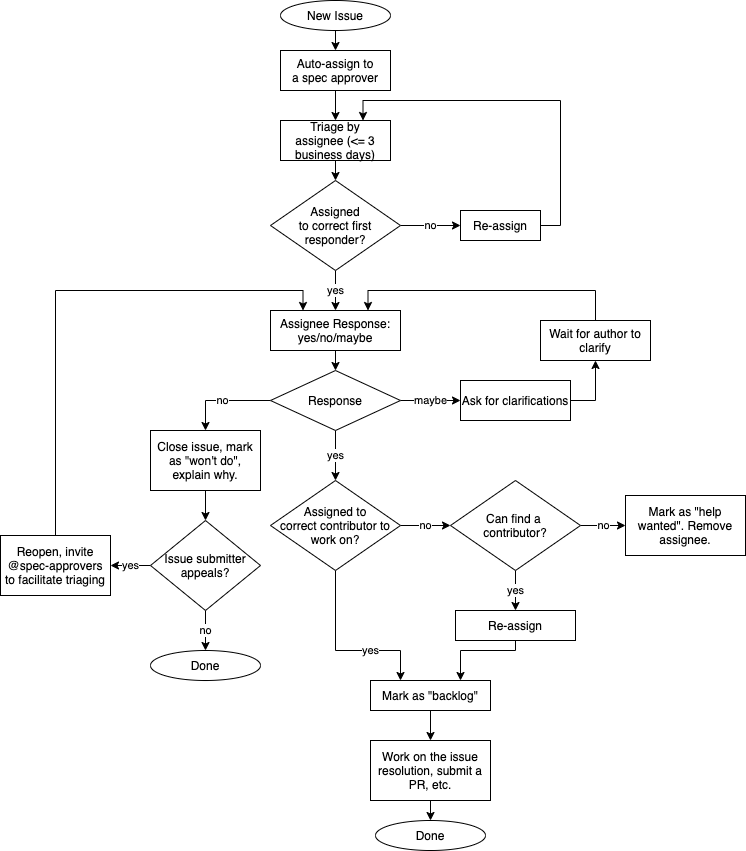
This is img/issue-triage-workflow.png from open-telemetry/opentelemetry-specification, a draw.io export, as it was before one commit. Source tidied: cells renumbered, new cells last; positions are measured from the earlier drawing's top-left corner, leaving out a move shared by most shapes. Its diagram source:
```xml
<mxGraphModel>
  <root>
    <mxCell id="0" />
    <mxCell id="1" parent="0" />
    <mxCell id="2" style="edgeStyle=orthogonalEdgeStyle;rounded=0;jettySize=auto;html=1;exitX=0.5;exitY=1;exitDx=0;exitDy=0;entryX=0.5;entryY=0;entryDx=0;entryDy=0;" parent="1" edge="1" source="37" target="4">
      <mxGeometry relative="1" as="geometry" />
    </mxCell>
    <mxCell id="3" style="edgeStyle=orthogonalEdgeStyle;rounded=0;jettySize=auto;html=1;exitX=0.5;exitY=1;exitDx=0;exitDy=0;entryX=0.5;entryY=0;entryDx=0;entryDy=0;" parent="1" edge="1" source="4" target="11">
      <mxGeometry relative="1" as="geometry" />
    </mxCell>
    <mxCell id="4" value="Auto-assign to&lt;br&gt;a spec approver" style="rounded=0;whiteSpace=wrap;html=1;" parent="1" vertex="1">
      <mxGeometry x="280" y="50" width="110" height="40" as="geometry" />
    </mxCell>
    <mxCell id="5" value="no" style="edgeStyle=orthogonalEdgeStyle;rounded=0;jettySize=auto;html=1;exitX=1;exitY=0.5;exitDx=0;exitDy=0;entryX=0;entryY=0.5;entryDx=0;entryDy=0;" parent="1" edge="1" source="7" target="9">
      <mxGeometry relative="1" as="geometry" />
    </mxCell>
    <mxCell id="6" value="yes" style="edgeStyle=orthogonalEdgeStyle;rounded=0;jettySize=auto;html=1;exitX=0.5;exitY=1;exitDx=0;exitDy=0;entryX=0.5;entryY=0;entryDx=0;entryDy=0;" parent="1" edge="1" source="7" target="13">
      <mxGeometry relative="1" as="geometry" />
    </mxCell>
    <mxCell id="7" value="Assigned&lt;br&gt;to correct first responder?" style="rhombus;whiteSpace=wrap;html=1;" parent="1" vertex="1">
      <mxGeometry x="270" y="180" width="130" height="90" as="geometry" />
    </mxCell>
    <mxCell id="8" style="edgeStyle=orthogonalEdgeStyle;rounded=0;jettySize=auto;html=1;exitX=1;exitY=0.5;exitDx=0;exitDy=0;entryX=0.75;entryY=0;entryDx=0;entryDy=0;" parent="1" edge="1" source="9" target="11">
      <mxGeometry relative="1" as="geometry" />
    </mxCell>
    <mxCell id="9" value="Re-assign" style="rounded=0;whiteSpace=wrap;html=1;" parent="1" vertex="1">
      <mxGeometry x="460" y="210" width="80" height="30" as="geometry" />
    </mxCell>
    <mxCell id="10" style="edgeStyle=orthogonalEdgeStyle;rounded=0;jettySize=auto;html=1;exitX=0.5;exitY=1;exitDx=0;exitDy=0;entryX=0.5;entryY=0;entryDx=0;entryDy=0;" parent="1" edge="1" source="11" target="7">
      <mxGeometry relative="1" as="geometry" />
    </mxCell>
    <mxCell id="11" value="Triage by&lt;br&gt;assignee (&amp;lt;= 3 business days)" style="rounded=0;whiteSpace=wrap;html=1;" parent="1" vertex="1">
      <mxGeometry x="280" y="120" width="110" height="40" as="geometry" />
    </mxCell>
    <mxCell id="12" style="edgeStyle=orthogonalEdgeStyle;rounded=0;jettySize=auto;html=1;exitX=0.5;exitY=1;exitDx=0;exitDy=0;entryX=0.5;entryY=0;entryDx=0;entryDy=0;" parent="1" edge="1" source="13" target="28">
      <mxGeometry relative="1" as="geometry" />
    </mxCell>
    <mxCell id="13" value="Assignee Response: yes/no/maybe" style="rounded=0;whiteSpace=wrap;html=1;" parent="1" vertex="1">
      <mxGeometry x="270" y="310" width="130" height="40" as="geometry" />
    </mxCell>
    <mxCell id="14" value="no" style="edgeStyle=orthogonalEdgeStyle;rounded=0;jettySize=auto;html=1;exitX=1;exitY=0.5;exitDx=0;exitDy=0;entryX=0;entryY=0.5;entryDx=0;entryDy=0;" parent="1" edge="1" source="16">
      <mxGeometry relative="1" as="geometry">
        <mxPoint x="450" y="525" as="targetPoint" />
      </mxGeometry>
    </mxCell>
    <mxCell id="15" value="yes" style="edgeStyle=orthogonalEdgeStyle;rounded=0;jettySize=auto;html=1;exitX=0.5;exitY=1;exitDx=0;exitDy=0;entryX=0.25;entryY=0;entryDx=0;entryDy=0;" parent="1" edge="1" source="16" target="42">
      <mxGeometry x="0.31" relative="1" as="geometry">
        <Array as="points">
          <mxPoint x="335" y="650" />
          <mxPoint x="400" y="650" />
        </Array>
      </mxGeometry>
    </mxCell>
    <mxCell id="16" value="Assigned to&lt;br&gt;correct contributor to work on?" style="rhombus;whiteSpace=wrap;html=1;" parent="1" vertex="1">
      <mxGeometry x="270" y="480" width="130" height="90" as="geometry" />
    </mxCell>
    <mxCell id="17" value="no" style="edgeStyle=orthogonalEdgeStyle;rounded=0;jettySize=auto;html=1;exitX=1;exitY=0.5;exitDx=0;exitDy=0;entryX=0;entryY=0.5;entryDx=0;entryDy=0;" parent="1" edge="1" source="19" target="20">
      <mxGeometry relative="1" as="geometry" />
    </mxCell>
    <mxCell id="18" value="yes" style="edgeStyle=orthogonalEdgeStyle;rounded=0;jettySize=auto;html=1;exitX=0.5;exitY=1;exitDx=0;exitDy=0;entryX=0.5;entryY=0;entryDx=0;entryDy=0;" parent="1" edge="1" source="19" target="22">
      <mxGeometry relative="1" as="geometry" />
    </mxCell>
    <mxCell id="19" value="Can find a &lt;br&gt;contributor?" style="rhombus;whiteSpace=wrap;html=1;" parent="1" vertex="1">
      <mxGeometry x="450" y="480" width="130" height="90" as="geometry" />
    </mxCell>
    <mxCell id="20" value="Mark as &quot;help wanted&quot;. Remove assignee." style="rounded=0;whiteSpace=wrap;html=1;" parent="1" vertex="1">
      <mxGeometry x="625" y="495" width="120" height="60" as="geometry" />
    </mxCell>
    <mxCell id="21" style="edgeStyle=orthogonalEdgeStyle;rounded=0;jettySize=auto;html=1;exitX=0.5;exitY=1;exitDx=0;exitDy=0;entryX=0.75;entryY=0;entryDx=0;entryDy=0;" parent="1" edge="1" source="22" target="42">
      <mxGeometry relative="1" as="geometry">
        <Array as="points">
          <mxPoint x="515" y="650" />
          <mxPoint x="460" y="650" />
        </Array>
      </mxGeometry>
    </mxCell>
    <mxCell id="22" value="Re-assign" style="rounded=0;whiteSpace=wrap;html=1;" parent="1" vertex="1">
      <mxGeometry x="455" y="610" width="120" height="30" as="geometry" />
    </mxCell>
    <mxCell id="23" style="edgeStyle=orthogonalEdgeStyle;rounded=0;jettySize=auto;html=1;exitX=0.5;exitY=1;exitDx=0;exitDy=0;entryX=0.5;entryY=0;entryDx=0;entryDy=0;" parent="1" edge="1" source="24" target="43">
      <mxGeometry relative="1" as="geometry" />
    </mxCell>
    <mxCell id="24" value="Work on the issue resolution, submit a PR, etc." style="rounded=0;whiteSpace=wrap;html=1;" parent="1" vertex="1">
      <mxGeometry x="370" y="740" width="120" height="60" as="geometry" />
    </mxCell>
    <mxCell id="25" value="yes" style="edgeStyle=orthogonalEdgeStyle;rounded=0;jettySize=auto;html=1;exitX=0.5;exitY=1;exitDx=0;exitDy=0;entryX=0.5;entryY=0;entryDx=0;entryDy=0;" parent="1" edge="1" source="28" target="16">
      <mxGeometry relative="1" as="geometry" />
    </mxCell>
    <mxCell id="26" value="maybe" style="edgeStyle=orthogonalEdgeStyle;rounded=0;jettySize=auto;html=1;exitX=1;exitY=0.5;exitDx=0;exitDy=0;entryX=0;entryY=0.5;entryDx=0;entryDy=0;" parent="1" edge="1" source="28" target="31">
      <mxGeometry relative="1" as="geometry" />
    </mxCell>
    <mxCell id="27" value="no" style="edgeStyle=orthogonalEdgeStyle;rounded=0;jettySize=auto;html=1;exitX=0;exitY=0.5;exitDx=0;exitDy=0;entryX=0.5;entryY=0;entryDx=0;entryDy=0;" parent="1" edge="1" source="28" target="33">
      <mxGeometry relative="1" as="geometry" />
    </mxCell>
    <mxCell id="28" value="Response" style="rhombus;whiteSpace=wrap;html=1;" parent="1" vertex="1">
      <mxGeometry x="270" y="370" width="130" height="60" as="geometry" />
    </mxCell>
    <mxCell id="29" style="edgeStyle=orthogonalEdgeStyle;rounded=0;jettySize=auto;html=1;exitX=0.5;exitY=0;exitDx=0;exitDy=0;entryX=0.75;entryY=0;entryDx=0;entryDy=0;" parent="1" edge="1" source="44" target="13">
      <mxGeometry relative="1" as="geometry" />
    </mxCell>
    <mxCell id="30" style="edgeStyle=orthogonalEdgeStyle;rounded=0;jettySize=auto;html=1;exitX=1;exitY=0.5;exitDx=0;exitDy=0;entryX=0.5;entryY=1;entryDx=0;entryDy=0;" parent="1" edge="1" source="31" target="44">
      <mxGeometry relative="1" as="geometry" />
    </mxCell>
    <mxCell id="31" value="Ask for clarifications" style="rounded=0;whiteSpace=wrap;html=1;" parent="1" vertex="1">
      <mxGeometry x="460" y="380" width="110" height="40" as="geometry" />
    </mxCell>
    <mxCell id="32" style="edgeStyle=orthogonalEdgeStyle;rounded=0;jettySize=auto;html=1;exitX=0.5;exitY=1;exitDx=0;exitDy=0;entryX=0.5;entryY=0;entryDx=0;entryDy=0;" parent="1" edge="1" source="33" target="36">
      <mxGeometry relative="1" as="geometry" />
    </mxCell>
    <mxCell id="33" value="Close issue, mark as &quot;won't do&quot;, explain why." style="rounded=0;whiteSpace=wrap;html=1;" parent="1" vertex="1">
      <mxGeometry x="150" y="430" width="110" height="60" as="geometry" />
    </mxCell>
    <mxCell id="34" value="no" style="edgeStyle=orthogonalEdgeStyle;rounded=0;jettySize=auto;html=1;exitX=0.5;exitY=1;exitDx=0;exitDy=0;entryX=0.5;entryY=0;entryDx=0;entryDy=0;" parent="1" edge="1" source="36" target="38">
      <mxGeometry relative="1" as="geometry" />
    </mxCell>
    <mxCell id="35" value="yes" style="edgeStyle=orthogonalEdgeStyle;rounded=0;jettySize=auto;html=1;exitX=0;exitY=0.5;exitDx=0;exitDy=0;entryX=1;entryY=0.5;entryDx=0;entryDy=0;" parent="1" edge="1" source="36" target="40">
      <mxGeometry relative="1" as="geometry" />
    </mxCell>
    <mxCell id="36" value="Issue submitter appeals?" style="rhombus;whiteSpace=wrap;html=1;" parent="1" vertex="1">
      <mxGeometry x="150" y="520" width="110" height="90" as="geometry" />
    </mxCell>
    <mxCell id="37" value="New Issue" style="ellipse;whiteSpace=wrap;html=1;" parent="1" vertex="1">
      <mxGeometry x="280" width="110" height="30" as="geometry" />
    </mxCell>
    <mxCell id="38" value="Done" style="ellipse;whiteSpace=wrap;html=1;" parent="1" vertex="1">
      <mxGeometry x="150" y="650" width="110" height="30" as="geometry" />
    </mxCell>
    <mxCell id="39" style="edgeStyle=orthogonalEdgeStyle;rounded=0;jettySize=auto;html=1;exitX=0.5;exitY=0;exitDx=0;exitDy=0;entryX=0.25;entryY=0;entryDx=0;entryDy=0;" parent="1" edge="1" source="40" target="13">
      <mxGeometry relative="1" as="geometry" />
    </mxCell>
    <mxCell id="40" value="Reopen, invite @spec-approvers to facilitate triaging" style="rounded=0;whiteSpace=wrap;html=1;" parent="1" vertex="1">
      <mxGeometry y="535" width="110" height="60" as="geometry" />
    </mxCell>
    <mxCell id="41" style="edgeStyle=orthogonalEdgeStyle;rounded=0;jettySize=auto;html=1;exitX=0.5;exitY=1;exitDx=0;exitDy=0;entryX=0.5;entryY=0;entryDx=0;entryDy=0;" parent="1" edge="1" source="42" target="24">
      <mxGeometry relative="1" as="geometry" />
    </mxCell>
    <mxCell id="42" value="Mark as &quot;backlog&quot;" style="rounded=0;whiteSpace=wrap;html=1;" parent="1" vertex="1">
      <mxGeometry x="370" y="680" width="120" height="30" as="geometry" />
    </mxCell>
    <mxCell id="43" value="Done" style="ellipse;whiteSpace=wrap;html=1;" parent="1" vertex="1">
      <mxGeometry x="375" y="820" width="110" height="30" as="geometry" />
    </mxCell>
    <mxCell id="44" value="Wait for author to clarify" style="rounded=0;whiteSpace=wrap;html=1;" parent="1" vertex="1">
      <mxGeometry x="540" y="320" width="110" height="40" as="geometry" />
    </mxCell>
  </root>
</mxGraphModel>
```
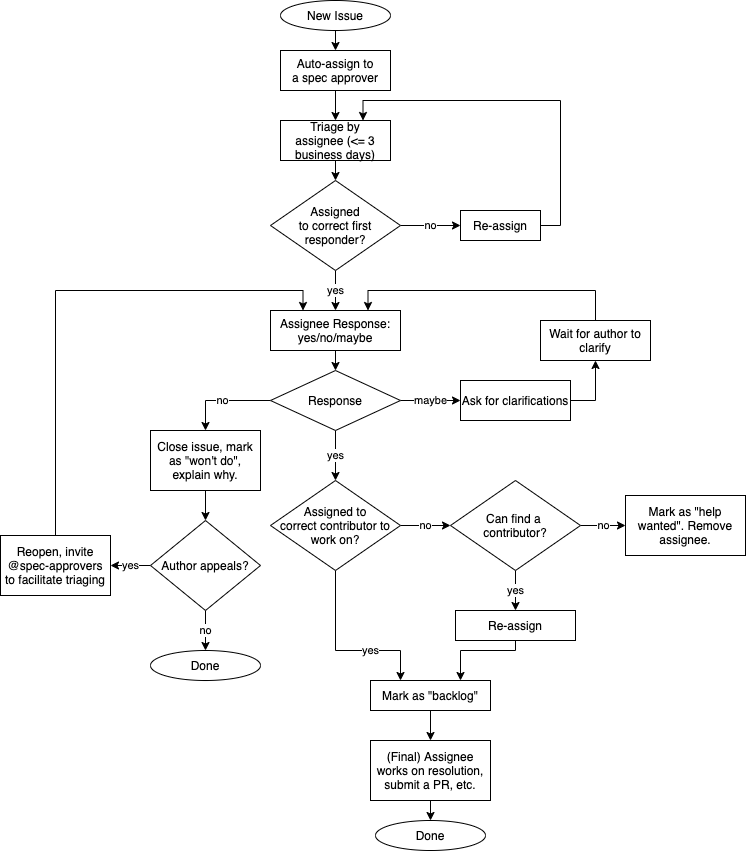
Above is the later version.

Diff of the diagram source:
```diff
@@ -80,7 +80,7 @@
     <mxCell id="23" style="edgeStyle=orthogonalEdgeStyle;rounded=0;jettySize=auto;html=1;exitX=0.5;exitY=1;exitDx=0;exitDy=0;entryX=0.5;entryY=0;entryDx=0;entryDy=0;" parent="1" edge="1" source="24" target="43">
       <mxGeometry relative="1" as="geometry" />
     </mxCell>
-    <mxCell id="24" value="Work on the issue resolution, submit a PR, etc." style="rounded=0;whiteSpace=wrap;html=1;" parent="1" vertex="1">
+    <mxCell id="24" value="(Final) Assignee works on resolution, submit a PR, etc." style="rounded=0;whiteSpace=wrap;html=1;" parent="1" vertex="1">
       <mxGeometry x="370" y="740" width="120" height="60" as="geometry" />
     </mxCell>
     <mxCell id="25" value="yes" style="edgeStyle=orthogonalEdgeStyle;rounded=0;jettySize=auto;html=1;exitX=0.5;exitY=1;exitDx=0;exitDy=0;entryX=0.5;entryY=0;entryDx=0;entryDy=0;" parent="1" edge="1" source="28" target="16">
@@ -116,7 +116,7 @@
     <mxCell id="35" value="yes" style="edgeStyle=orthogonalEdgeStyle;rounded=0;jettySize=auto;html=1;exitX=0;exitY=0.5;exitDx=0;exitDy=0;entryX=1;entryY=0.5;entryDx=0;entryDy=0;" parent="1" edge="1" source="36" target="40">
       <mxGeometry relative="1" as="geometry" />
     </mxCell>
-    <mxCell id="36" value="Issue submitter appeals?" style="rhombus;whiteSpace=wrap;html=1;" parent="1" vertex="1">
+    <mxCell id="36" value="Author appeals?" style="rhombus;whiteSpace=wrap;html=1;" parent="1" vertex="1">
       <mxGeometry x="150" y="520" width="110" height="90" as="geometry" />
     </mxCell>
     <mxCell id="37" value="New Issue" style="ellipse;whiteSpace=wrap;html=1;" parent="1" vertex="1">
```
